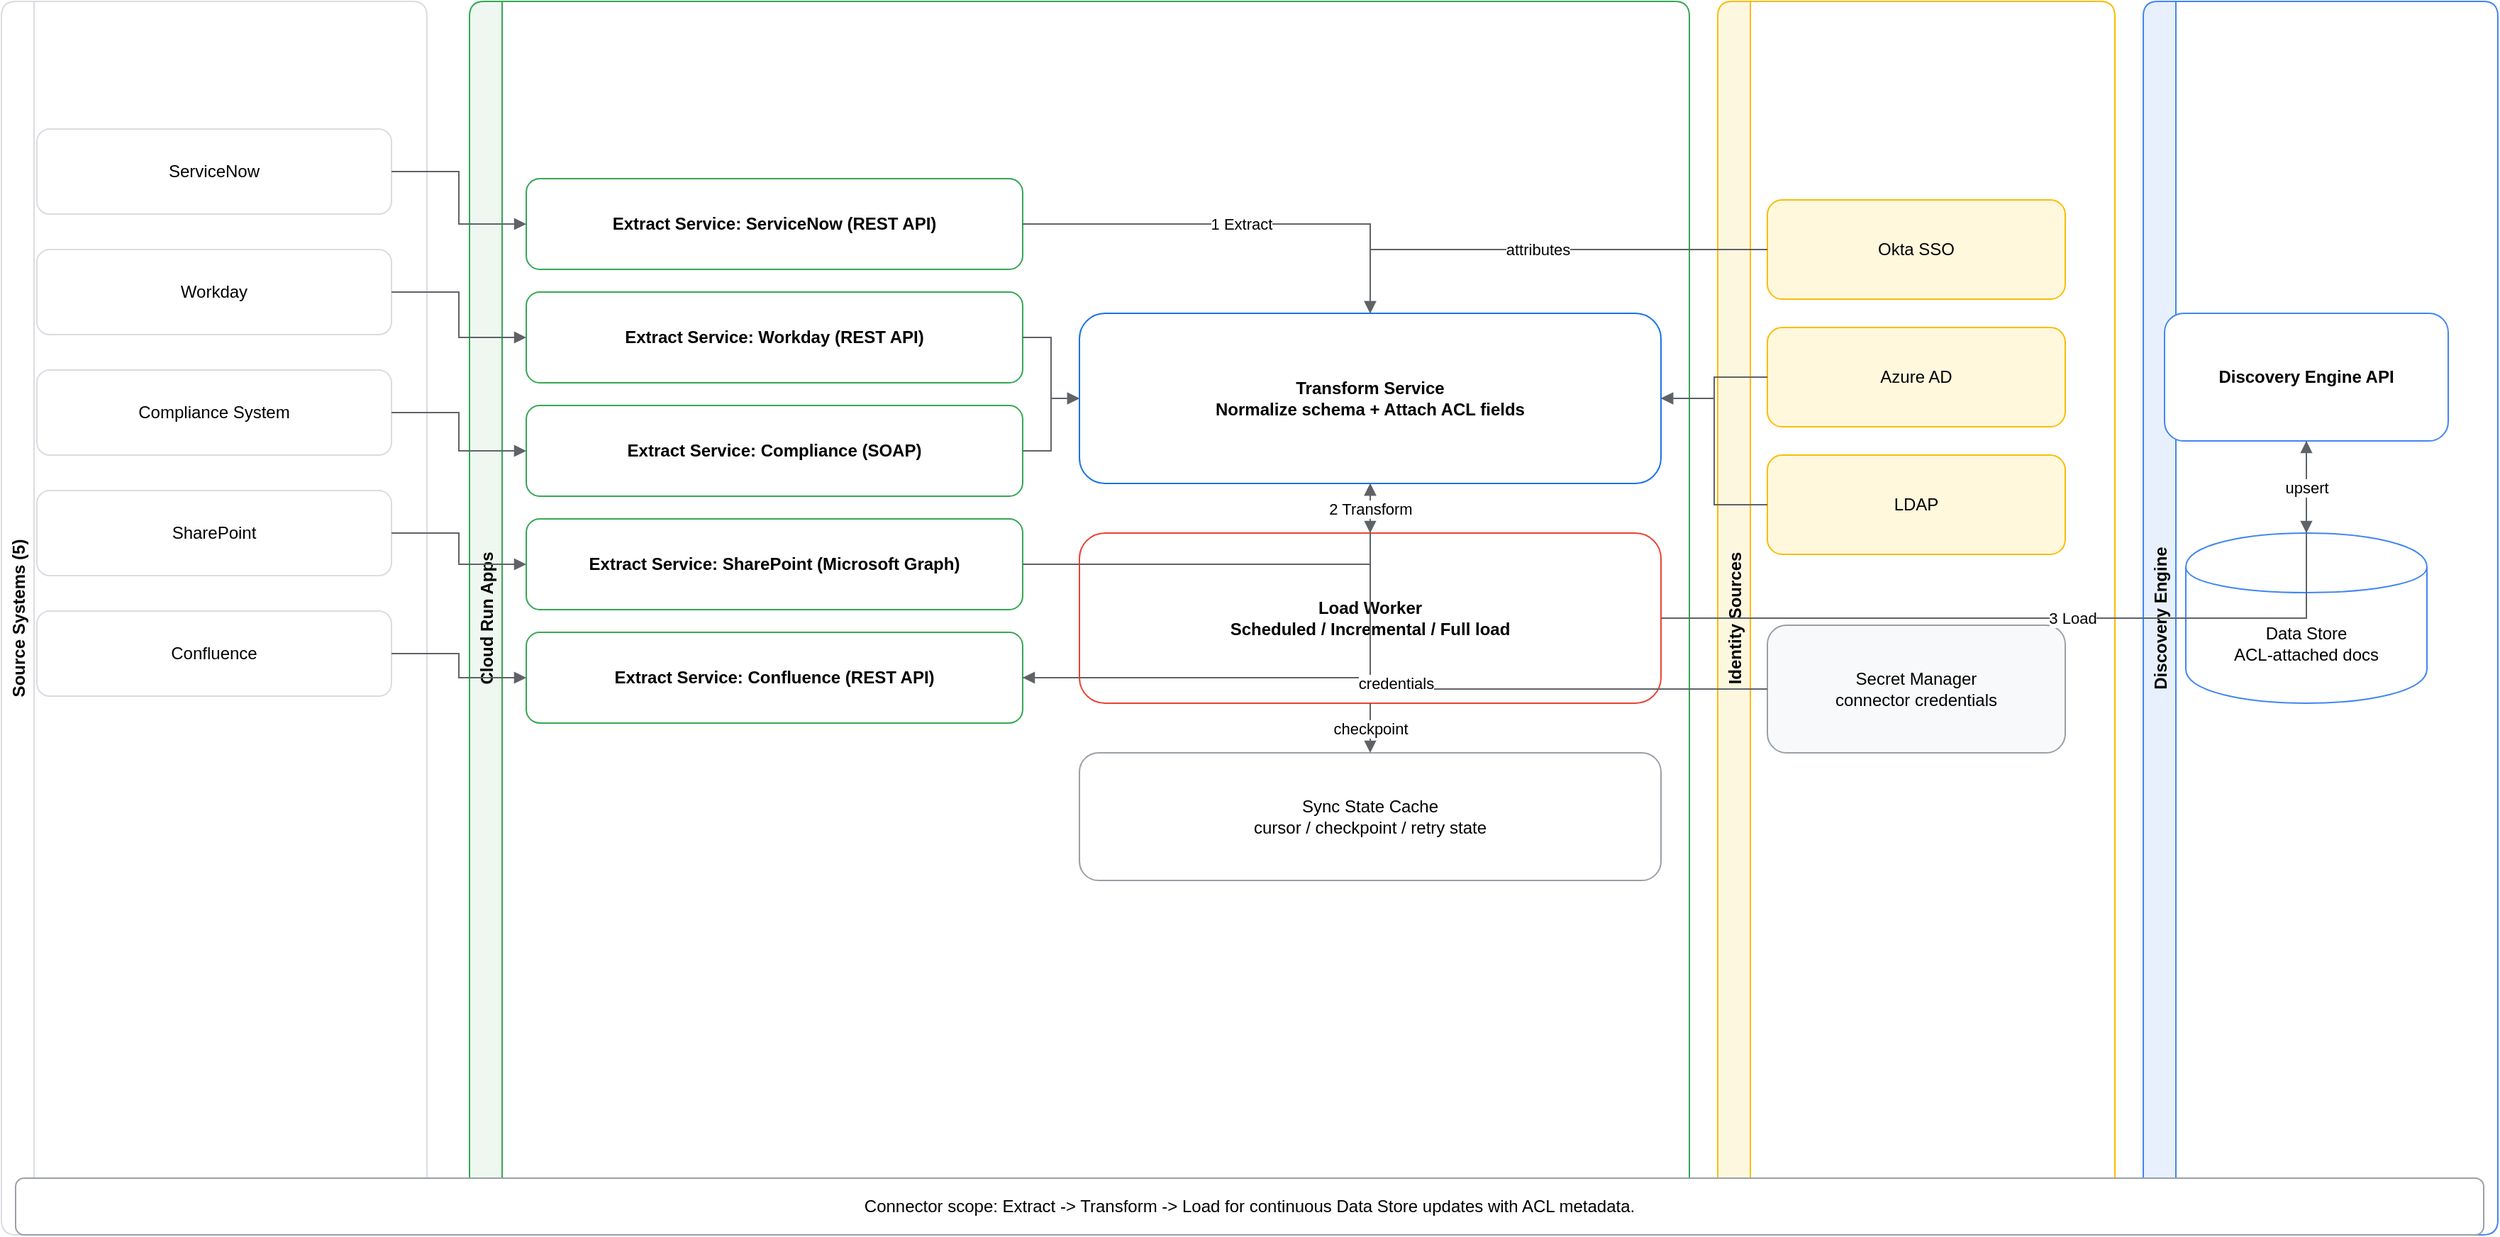
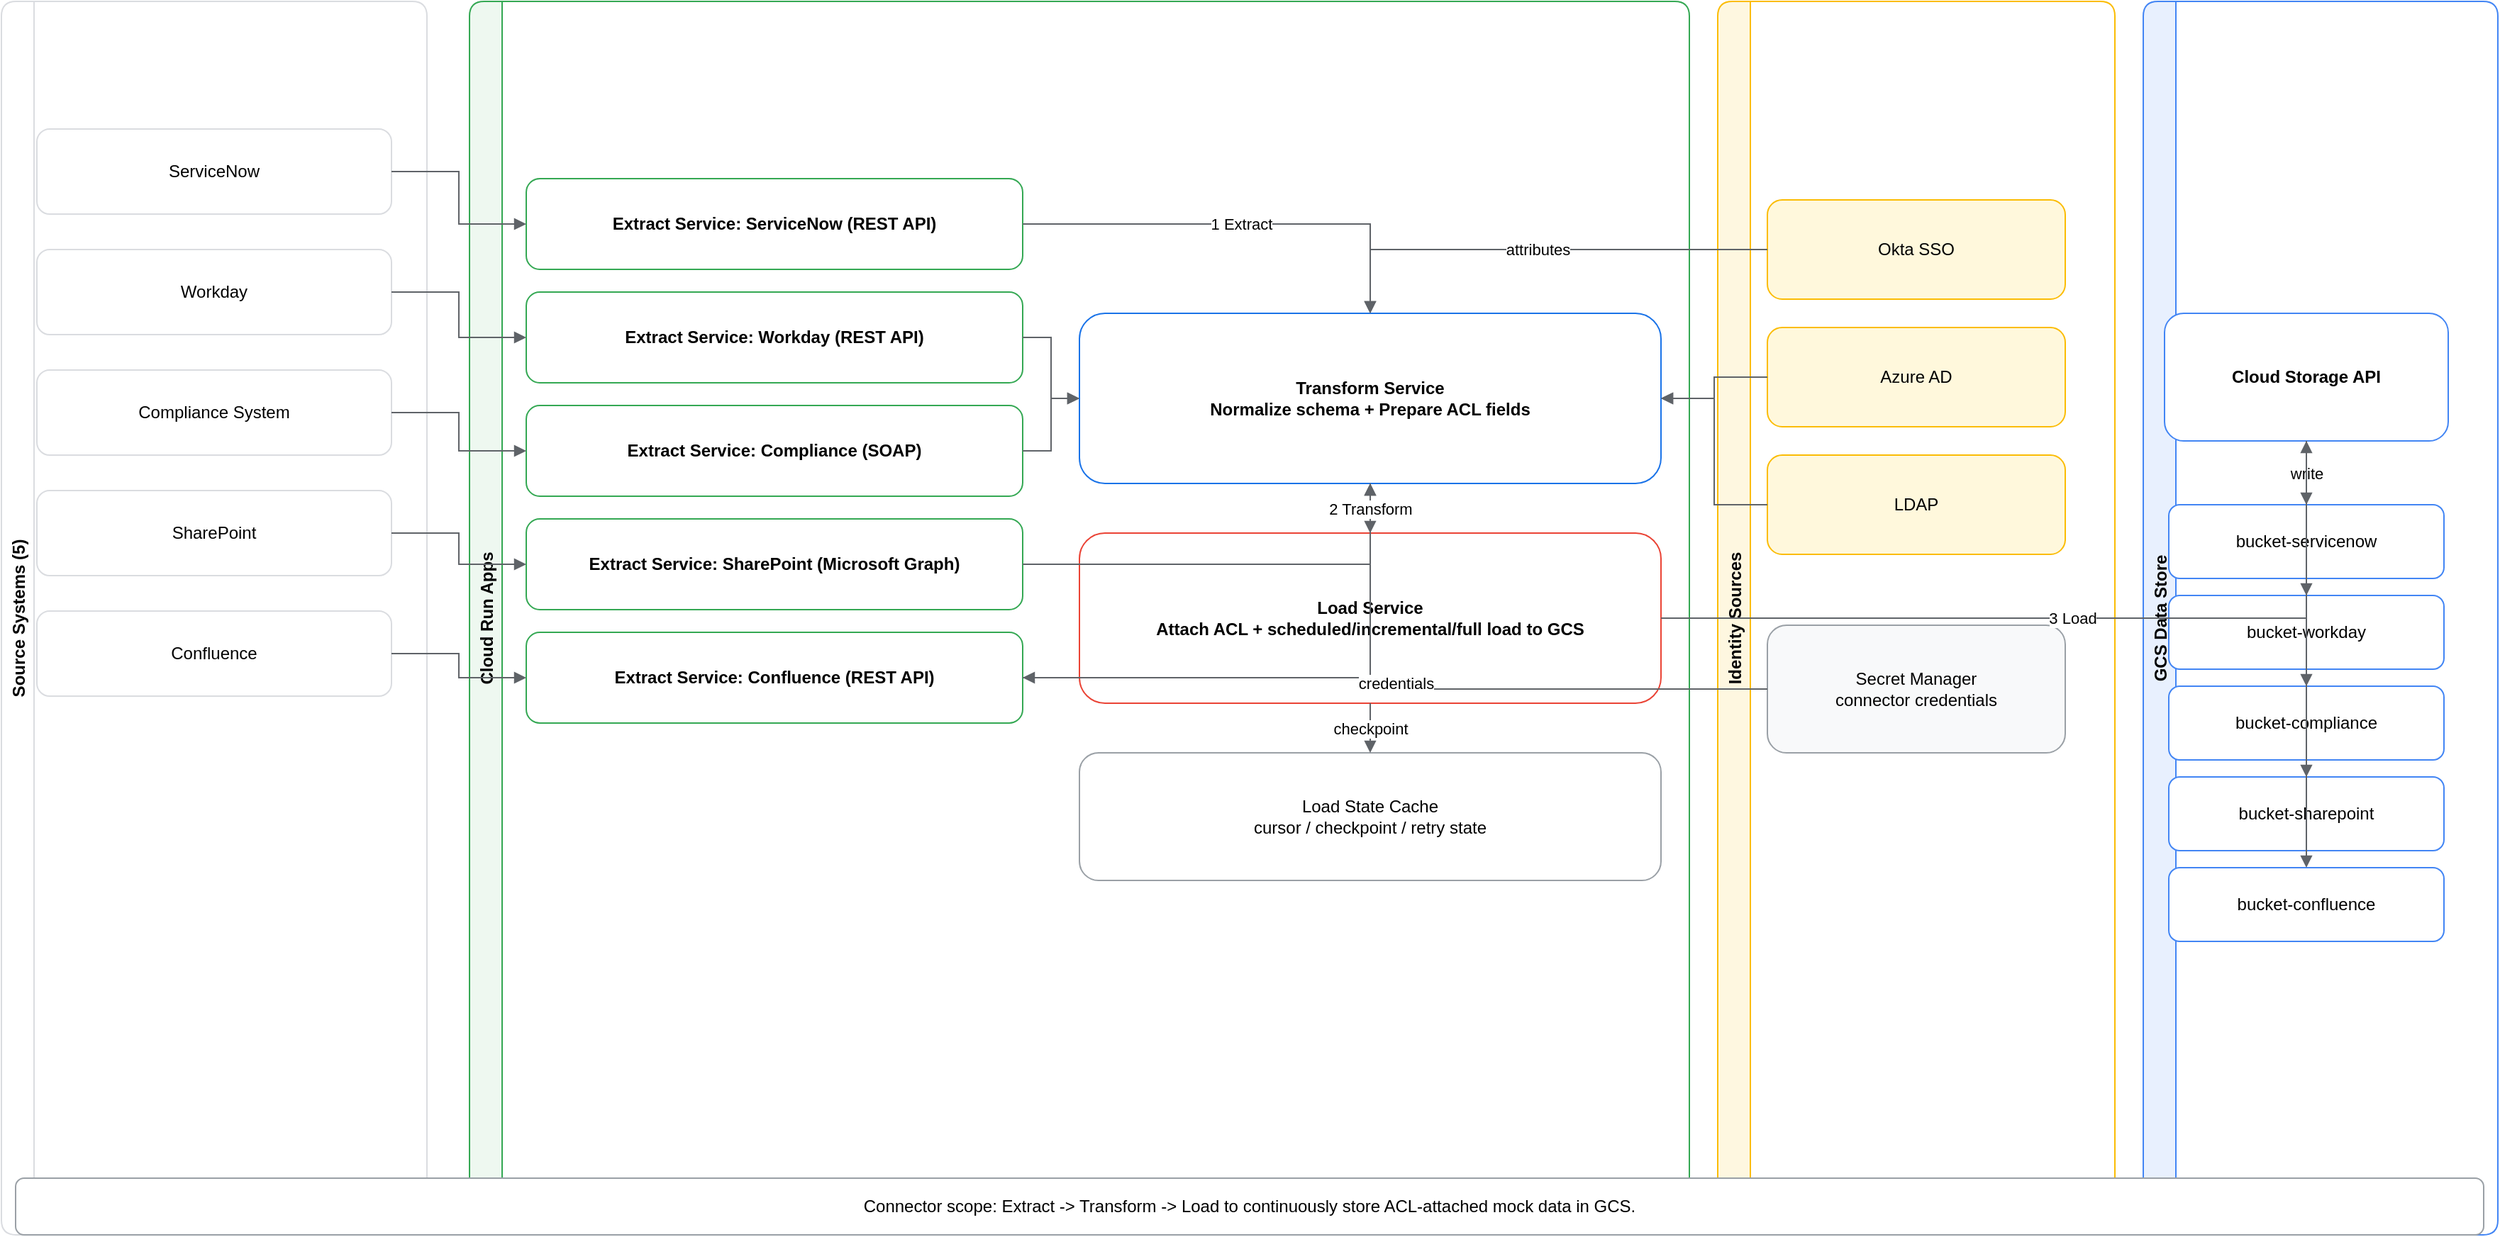
<mxfile host="app.diagrams.net" modified="2026-07-12T00:00:00.000Z" agent="Copilot" version="24.7.0" type="device">
  <diagram id="connector-arch" name="Connector Architecture">
    <mxGraphModel dx="1800" dy="980" grid="1" gridSize="10" guides="1" tooltips="1" connect="1" arrows="1" fold="1" page="1" pageScale="1" pageWidth="2000" pageHeight="1200" math="0" shadow="0">
      <root>
        <mxCell id="0"/>
        <mxCell id="1" parent="0"/>

        <mxCell id="lane-src" value="Source Systems (5)" style="swimlane;horizontal=0;rounded=1;fillColor=#ffffff;strokeColor=#dadce0;fontStyle=1;" vertex="1" parent="1">
          <mxGeometry x="20" y="80" width="300" height="870" as="geometry"/>
        </mxCell>
        <mxCell id="lane-cloudrun" value="Cloud Run Apps" style="swimlane;horizontal=0;rounded=1;fillColor=#eef8f0;strokeColor=#34a853;fontStyle=1;" vertex="1" parent="1">
          <mxGeometry x="350" y="80" width="860" height="870" as="geometry"/>
        </mxCell>
        <mxCell id="lane-identity" value="Identity Sources" style="swimlane;horizontal=0;rounded=1;fillColor=#fef7e0;strokeColor=#fbbc04;fontStyle=1;" vertex="1" parent="1">
          <mxGeometry x="1230" y="80" width="280" height="870" as="geometry"/>
        </mxCell>
-         <mxCell id="lane-target" value="Discovery Engine" style="swimlane;horizontal=0;rounded=1;fillColor=#e8f0fe;strokeColor=#4285f4;fontStyle=1;" vertex="1" parent="1">
+         <mxCell id="lane-target" value="GCS Data Store" style="swimlane;horizontal=0;rounded=1;fillColor=#e8f0fe;strokeColor=#4285f4;fontStyle=1;" vertex="1" parent="1">
          <mxGeometry x="1530" y="80" width="250" height="870" as="geometry"/>
        </mxCell>

        <mxCell id="sys1" value="ServiceNow" style="rounded=1;whiteSpace=wrap;html=1;fillColor=#ffffff;strokeColor=#dadce0;" vertex="1" parent="1">
          <mxGeometry x="45" y="170" width="250" height="60" as="geometry"/>
        </mxCell>
        <mxCell id="sys2" value="Workday" style="rounded=1;whiteSpace=wrap;html=1;fillColor=#ffffff;strokeColor=#dadce0;" vertex="1" parent="1">
          <mxGeometry x="45" y="255" width="250" height="60" as="geometry"/>
        </mxCell>
        <mxCell id="sys3" value="Compliance System" style="rounded=1;whiteSpace=wrap;html=1;fillColor=#ffffff;strokeColor=#dadce0;" vertex="1" parent="1">
          <mxGeometry x="45" y="340" width="250" height="60" as="geometry"/>
        </mxCell>
        <mxCell id="sys4" value="SharePoint" style="rounded=1;whiteSpace=wrap;html=1;fillColor=#ffffff;strokeColor=#dadce0;" vertex="1" parent="1">
          <mxGeometry x="45" y="425" width="250" height="60" as="geometry"/>
        </mxCell>
        <mxCell id="sys5" value="Confluence" style="rounded=1;whiteSpace=wrap;html=1;fillColor=#ffffff;strokeColor=#dadce0;" vertex="1" parent="1">
          <mxGeometry x="45" y="510" width="250" height="60" as="geometry"/>
        </mxCell>

        <mxCell id="fetch1" value="Extract Service: ServiceNow (REST API)" style="rounded=1;whiteSpace=wrap;html=1;fillColor=#ffffff;strokeColor=#34a853;fontStyle=1;" vertex="1" parent="1">
          <mxGeometry x="390" y="205" width="350" height="64" as="geometry"/>
        </mxCell>
        <mxCell id="fetch2" value="Extract Service: Workday (REST API)" style="rounded=1;whiteSpace=wrap;html=1;fillColor=#ffffff;strokeColor=#34a853;fontStyle=1;" vertex="1" parent="1">
          <mxGeometry x="390" y="285" width="350" height="64" as="geometry"/>
        </mxCell>
        <mxCell id="fetch3" value="Extract Service: Compliance (SOAP)" style="rounded=1;whiteSpace=wrap;html=1;fillColor=#ffffff;strokeColor=#34a853;fontStyle=1;" vertex="1" parent="1">
          <mxGeometry x="390" y="365" width="350" height="64" as="geometry"/>
        </mxCell>
        <mxCell id="fetch4" value="Extract Service: SharePoint (Microsoft Graph)" style="rounded=1;whiteSpace=wrap;html=1;fillColor=#ffffff;strokeColor=#34a853;fontStyle=1;" vertex="1" parent="1">
          <mxGeometry x="390" y="445" width="350" height="64" as="geometry"/>
        </mxCell>
        <mxCell id="fetch5" value="Extract Service: Confluence (REST API)" style="rounded=1;whiteSpace=wrap;html=1;fillColor=#ffffff;strokeColor=#34a853;fontStyle=1;" vertex="1" parent="1">
          <mxGeometry x="390" y="525" width="350" height="64" as="geometry"/>
        </mxCell>

-         <mxCell id="transform" value="Transform Service&#xa;Normalize schema + Attach ACL fields" style="rounded=1;whiteSpace=wrap;html=1;fillColor=#ffffff;strokeColor=#1a73e8;fontStyle=1;" vertex="1" parent="1">
+         <mxCell id="transform" value="Transform Service&#xa;Normalize schema + Prepare ACL fields" style="rounded=1;whiteSpace=wrap;html=1;fillColor=#ffffff;strokeColor=#1a73e8;fontStyle=1;" vertex="1" parent="1">
          <mxGeometry x="780" y="300" width="410" height="120" as="geometry"/>
        </mxCell>
-         <mxCell id="sync" value="Load Worker&#xa;Scheduled / Incremental / Full load" style="rounded=1;whiteSpace=wrap;html=1;fillColor=#ffffff;strokeColor=#ea4335;fontStyle=1;" vertex="1" parent="1">
+         <mxCell id="sync" value="Load Service&#xa;Attach ACL + scheduled/incremental/full load to GCS" style="rounded=1;whiteSpace=wrap;html=1;fillColor=#ffffff;strokeColor=#ea4335;fontStyle=1;" vertex="1" parent="1">
          <mxGeometry x="780" y="455" width="410" height="120" as="geometry"/>
        </mxCell>
-         <mxCell id="checkpoint" value="Sync State Cache&#xa;cursor / checkpoint / retry state" style="rounded=1;whiteSpace=wrap;html=1;fillColor=#ffffff;strokeColor=#9aa0a6;" vertex="1" parent="1">
+         <mxCell id="checkpoint" value="Load State Cache&#xa;cursor / checkpoint / retry state" style="rounded=1;whiteSpace=wrap;html=1;fillColor=#ffffff;strokeColor=#9aa0a6;" vertex="1" parent="1">
          <mxGeometry x="780" y="610" width="410" height="90" as="geometry"/>
        </mxCell>

        <mxCell id="okta" value="Okta SSO" style="rounded=1;whiteSpace=wrap;html=1;fillColor=#fff8dc;strokeColor=#fbbc04;" vertex="1" parent="1">
          <mxGeometry x="1265" y="220" width="210" height="70" as="geometry"/>
        </mxCell>
        <mxCell id="azuread" value="Azure AD" style="rounded=1;whiteSpace=wrap;html=1;fillColor=#fff8dc;strokeColor=#fbbc04;" vertex="1" parent="1">
          <mxGeometry x="1265" y="310" width="210" height="70" as="geometry"/>
        </mxCell>
        <mxCell id="ldap" value="LDAP" style="rounded=1;whiteSpace=wrap;html=1;fillColor=#fff8dc;strokeColor=#fbbc04;" vertex="1" parent="1">
          <mxGeometry x="1265" y="400" width="210" height="70" as="geometry"/>
        </mxCell>
        <mxCell id="secret" value="Secret Manager&#xa;connector credentials" style="rounded=1;whiteSpace=wrap;html=1;fillColor=#f8f9fa;strokeColor=#9aa0a6;" vertex="1" parent="1">
          <mxGeometry x="1265" y="520" width="210" height="90" as="geometry"/>
        </mxCell>

-         <mxCell id="deapi" value="Discovery Engine API" style="rounded=1;whiteSpace=wrap;html=1;fillColor=#ffffff;strokeColor=#4285f4;fontStyle=1;" vertex="1" parent="1">
+         <mxCell id="deapi" value="Cloud Storage API" style="rounded=1;whiteSpace=wrap;html=1;fillColor=#ffffff;strokeColor=#4285f4;fontStyle=1;" vertex="1" parent="1">
          <mxGeometry x="1545" y="300" width="200" height="90" as="geometry"/>
        </mxCell>
-         <mxCell id="datastore" value="Data Store&#xa;ACL-attached docs" style="shape=cylinder;whiteSpace=wrap;html=1;boundedLbl=1;fillColor=#ffffff;strokeColor=#4285f4;" vertex="1" parent="1">
-           <mxGeometry x="1560" y="455" width="170" height="120" as="geometry"/>
+         <mxCell id="datastore1" value="bucket-servicenow" style="rounded=1;whiteSpace=wrap;html=1;fillColor=#ffffff;strokeColor=#4285f4;" vertex="1" parent="1">
+           <mxGeometry x="1548" y="435" width="194" height="52" as="geometry"/>
+         </mxCell>
+         <mxCell id="datastore2" value="bucket-workday" style="rounded=1;whiteSpace=wrap;html=1;fillColor=#ffffff;strokeColor=#4285f4;" vertex="1" parent="1">
+           <mxGeometry x="1548" y="499" width="194" height="52" as="geometry"/>
+         </mxCell>
+         <mxCell id="datastore3" value="bucket-compliance" style="rounded=1;whiteSpace=wrap;html=1;fillColor=#ffffff;strokeColor=#4285f4;" vertex="1" parent="1">
+           <mxGeometry x="1548" y="563" width="194" height="52" as="geometry"/>
+         </mxCell>
+         <mxCell id="datastore4" value="bucket-sharepoint" style="rounded=1;whiteSpace=wrap;html=1;fillColor=#ffffff;strokeColor=#4285f4;" vertex="1" parent="1">
+           <mxGeometry x="1548" y="627" width="194" height="52" as="geometry"/>
+         </mxCell>
+         <mxCell id="datastore5" value="bucket-confluence" style="rounded=1;whiteSpace=wrap;html=1;fillColor=#ffffff;strokeColor=#4285f4;" vertex="1" parent="1">
+           <mxGeometry x="1548" y="691" width="194" height="52" as="geometry"/>
        </mxCell>

-         <mxCell id="summary" value="Connector scope: Extract -&gt; Transform -&gt; Load for continuous Data Store updates with ACL metadata." style="rounded=1;whiteSpace=wrap;html=1;fillColor=#ffffff;strokeColor=#9aa0a6;" vertex="1" parent="1">
+         <mxCell id="summary" value="Connector scope: Extract -&gt; Transform -&gt; Load to continuously store ACL-attached mock data in GCS." style="rounded=1;whiteSpace=wrap;html=1;fillColor=#ffffff;strokeColor=#9aa0a6;" vertex="1" parent="1">
          <mxGeometry x="30" y="910" width="1740" height="40" as="geometry"/>
        </mxCell>

        <mxCell id="l1" style="edgeStyle=orthogonalEdgeStyle;rounded=0;orthogonalLoop=1;jettySize=auto;html=1;endArrow=block;endFill=1;strokeColor=#5f6368;" edge="1" parent="1" source="sys1" target="fetch1"><mxGeometry relative="1" as="geometry"/></mxCell>
        <mxCell id="l2" style="edgeStyle=orthogonalEdgeStyle;rounded=0;orthogonalLoop=1;jettySize=auto;html=1;endArrow=block;endFill=1;strokeColor=#5f6368;" edge="1" parent="1" source="sys2" target="fetch2"><mxGeometry relative="1" as="geometry"/></mxCell>
        <mxCell id="l3" style="edgeStyle=orthogonalEdgeStyle;rounded=0;orthogonalLoop=1;jettySize=auto;html=1;endArrow=block;endFill=1;strokeColor=#5f6368;" edge="1" parent="1" source="sys3" target="fetch3"><mxGeometry relative="1" as="geometry"/></mxCell>
        <mxCell id="l4" style="edgeStyle=orthogonalEdgeStyle;rounded=0;orthogonalLoop=1;jettySize=auto;html=1;endArrow=block;endFill=1;strokeColor=#5f6368;" edge="1" parent="1" source="sys4" target="fetch4"><mxGeometry relative="1" as="geometry"/></mxCell>
        <mxCell id="l5" style="edgeStyle=orthogonalEdgeStyle;rounded=0;orthogonalLoop=1;jettySize=auto;html=1;endArrow=block;endFill=1;strokeColor=#5f6368;" edge="1" parent="1" source="sys5" target="fetch5"><mxGeometry relative="1" as="geometry"/></mxCell>

        <mxCell id="l6" value="1 Extract" style="edgeStyle=orthogonalEdgeStyle;rounded=0;orthogonalLoop=1;jettySize=auto;html=1;endArrow=block;endFill=1;strokeColor=#5f6368;" edge="1" parent="1" source="fetch1" target="transform"><mxGeometry relative="1" as="geometry"/></mxCell>
        <mxCell id="l7" style="edgeStyle=orthogonalEdgeStyle;rounded=0;orthogonalLoop=1;jettySize=auto;html=1;endArrow=block;endFill=1;strokeColor=#5f6368;" edge="1" parent="1" source="fetch2" target="transform"><mxGeometry relative="1" as="geometry"/></mxCell>
        <mxCell id="l8" style="edgeStyle=orthogonalEdgeStyle;rounded=0;orthogonalLoop=1;jettySize=auto;html=1;endArrow=block;endFill=1;strokeColor=#5f6368;" edge="1" parent="1" source="fetch3" target="transform"><mxGeometry relative="1" as="geometry"/></mxCell>
        <mxCell id="l9" style="edgeStyle=orthogonalEdgeStyle;rounded=0;orthogonalLoop=1;jettySize=auto;html=1;endArrow=block;endFill=1;strokeColor=#5f6368;" edge="1" parent="1" source="fetch4" target="transform"><mxGeometry relative="1" as="geometry"/></mxCell>
        <mxCell id="l10" style="edgeStyle=orthogonalEdgeStyle;rounded=0;orthogonalLoop=1;jettySize=auto;html=1;endArrow=block;endFill=1;strokeColor=#5f6368;" edge="1" parent="1" source="fetch5" target="transform"><mxGeometry relative="1" as="geometry"/></mxCell>

        <mxCell id="l11" value="2 Transform" style="edgeStyle=orthogonalEdgeStyle;rounded=0;orthogonalLoop=1;jettySize=auto;html=1;endArrow=block;endFill=1;strokeColor=#5f6368;" edge="1" parent="1" source="transform" target="sync"><mxGeometry relative="1" as="geometry"/></mxCell>
        <mxCell id="l12" value="3 Load" style="edgeStyle=orthogonalEdgeStyle;rounded=0;orthogonalLoop=1;jettySize=auto;html=1;endArrow=block;endFill=1;strokeColor=#5f6368;" edge="1" parent="1" source="sync" target="deapi"><mxGeometry relative="1" as="geometry"/></mxCell>
-         <mxCell id="l13" value="upsert" style="edgeStyle=orthogonalEdgeStyle;rounded=0;orthogonalLoop=1;jettySize=auto;html=1;endArrow=block;endFill=1;strokeColor=#5f6368;" edge="1" parent="1" source="deapi" target="datastore"><mxGeometry relative="1" as="geometry"/></mxCell>
+         <mxCell id="l13" value="write" style="edgeStyle=orthogonalEdgeStyle;rounded=0;orthogonalLoop=1;jettySize=auto;html=1;endArrow=block;endFill=1;strokeColor=#5f6368;" edge="1" parent="1" source="deapi" target="datastore1"><mxGeometry relative="1" as="geometry"/></mxCell>
+         <mxCell id="l13b" style="edgeStyle=orthogonalEdgeStyle;rounded=0;orthogonalLoop=1;jettySize=auto;html=1;endArrow=block;endFill=1;strokeColor=#5f6368;" edge="1" parent="1" source="deapi" target="datastore2"><mxGeometry relative="1" as="geometry"/></mxCell>
+         <mxCell id="l13c" style="edgeStyle=orthogonalEdgeStyle;rounded=0;orthogonalLoop=1;jettySize=auto;html=1;endArrow=block;endFill=1;strokeColor=#5f6368;" edge="1" parent="1" source="deapi" target="datastore3"><mxGeometry relative="1" as="geometry"/></mxCell>
+         <mxCell id="l13d" style="edgeStyle=orthogonalEdgeStyle;rounded=0;orthogonalLoop=1;jettySize=auto;html=1;endArrow=block;endFill=1;strokeColor=#5f6368;" edge="1" parent="1" source="deapi" target="datastore4"><mxGeometry relative="1" as="geometry"/></mxCell>
+         <mxCell id="l13e" style="edgeStyle=orthogonalEdgeStyle;rounded=0;orthogonalLoop=1;jettySize=auto;html=1;endArrow=block;endFill=1;strokeColor=#5f6368;" edge="1" parent="1" source="deapi" target="datastore5"><mxGeometry relative="1" as="geometry"/></mxCell>
        <mxCell id="l14" value="attributes" style="edgeStyle=orthogonalEdgeStyle;rounded=0;orthogonalLoop=1;jettySize=auto;html=1;endArrow=block;endFill=1;strokeColor=#5f6368;" edge="1" parent="1" source="okta" target="transform"><mxGeometry relative="1" as="geometry"/></mxCell>
        <mxCell id="l15" style="edgeStyle=orthogonalEdgeStyle;rounded=0;orthogonalLoop=1;jettySize=auto;html=1;endArrow=block;endFill=1;strokeColor=#5f6368;" edge="1" parent="1" source="azuread" target="transform"><mxGeometry relative="1" as="geometry"/></mxCell>
        <mxCell id="l16" style="edgeStyle=orthogonalEdgeStyle;rounded=0;orthogonalLoop=1;jettySize=auto;html=1;endArrow=block;endFill=1;strokeColor=#5f6368;" edge="1" parent="1" source="ldap" target="transform"><mxGeometry relative="1" as="geometry"/></mxCell>
        <mxCell id="l17" value="credentials" style="edgeStyle=orthogonalEdgeStyle;rounded=0;orthogonalLoop=1;jettySize=auto;html=1;endArrow=block;endFill=1;strokeColor=#5f6368;" edge="1" parent="1" source="secret" target="fetch5"><mxGeometry relative="1" as="geometry"/></mxCell>
        <mxCell id="l18" value="checkpoint" style="edgeStyle=orthogonalEdgeStyle;rounded=0;orthogonalLoop=1;jettySize=auto;html=1;endArrow=block;endFill=1;strokeColor=#5f6368;" edge="1" parent="1" source="sync" target="checkpoint"><mxGeometry relative="1" as="geometry"/></mxCell>
      </root>
    </mxGraphModel>
  </diagram>
</mxfile>
